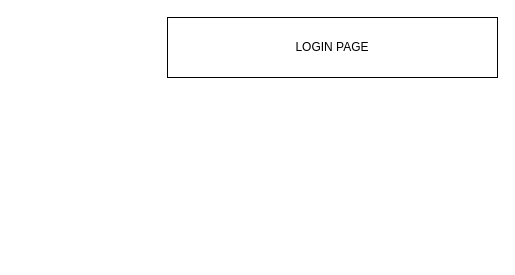
Earlier version of the draw.io diagram page "LOGIN PAGE" (5 of 6) of Untitled Diagram.drawio (deepak21devops/social-design). Source tidied: cells renumbered, new cells numbered last; positions are measured from the earlier drawing's top-left corner, leaving out a move shared by most shapes. Both pictures are drawn from the tidied source at 100%, with x=0, y=0 at pixel (167, 17).
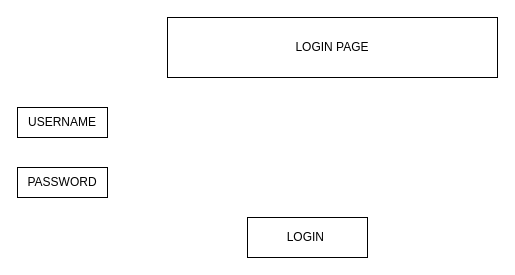
Above is the later version.

The edit, as a diff of the source:
```diff
@@
 <mxGraphModel>
   <root>
     <mxCell id="0" />
     <mxCell id="1" parent="0" />
     <mxCell id="2" value="LOGIN PAGE" style="rounded=0;whiteSpace=wrap;html=1;fontSize=12;fillColor=#FFFFFF;align=center;" parent="1" vertex="1">
       <mxGeometry width="330" height="60" as="geometry" />
     </mxCell>
+    <mxCell id="3" value="USERNAME" style="rounded=0;whiteSpace=wrap;html=1;fontSize=12;fillColor=#FFFFFF;align=center;" parent="1" vertex="1">
+      <mxGeometry x="-150" y="90" width="90" height="30" as="geometry" />
+    </mxCell>
+    <mxCell id="4" value="PASSWORD" style="rounded=0;whiteSpace=wrap;html=1;fontSize=12;fillColor=#FFFFFF;align=center;" parent="1" vertex="1">
+      <mxGeometry x="-150" y="150" width="90" height="30" as="geometry" />
+    </mxCell>
+    <mxCell id="5" value="LOGIN&amp;nbsp;" style="rounded=0;whiteSpace=wrap;html=1;fontSize=12;fillColor=#FFFFFF;align=center;" parent="1" vertex="1">
+      <mxGeometry x="80" y="200" width="120" height="40" as="geometry" />
+    </mxCell>
   </root>
 </mxGraphModel>
```
